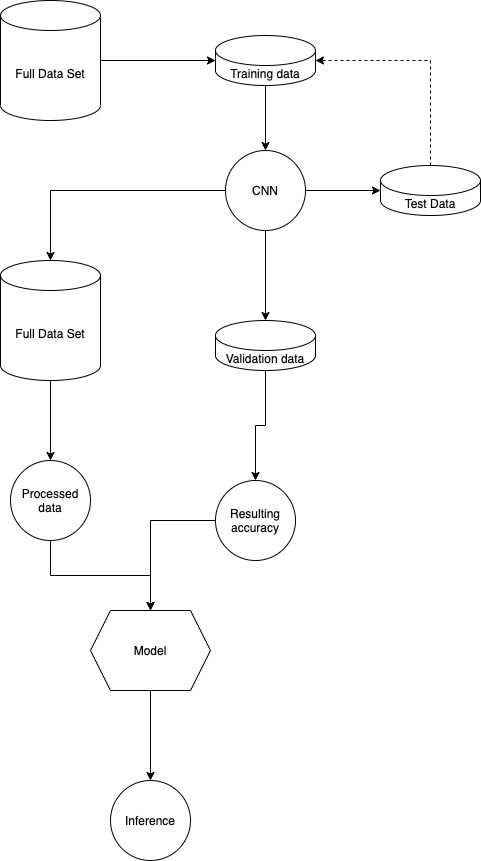
Before: documents/flow.drawio.png, a diagram exported from draw.io (robert-sipho/pefa_nest-cam). Source tidied: cells renumbered, new cells last; positions are measured from the earlier drawing's top-left corner, leaving out a move shared by most shapes. Its diagram source:
```xml
<mxGraphModel>
  <root>
    <mxCell id="0" />
    <mxCell id="1" parent="0" />
    <mxCell id="2" style="edgeStyle=orthogonalEdgeStyle;rounded=0;jettySize=auto;html=1;" parent="1" edge="1" source="3" target="5">
      <mxGeometry relative="1" as="geometry" />
    </mxCell>
    <mxCell id="3" value="Full Data Set" style="shape=cylinder3;whiteSpace=wrap;html=1;boundedLbl=1;backgroundOutline=1;size=15;fillColor=none;" parent="1" vertex="1">
      <mxGeometry width="100" height="120" as="geometry" />
    </mxCell>
    <mxCell id="4" style="edgeStyle=orthogonalEdgeStyle;rounded=0;jettySize=auto;html=1;entryX=0.5;entryY=0;entryDx=0;entryDy=0;" parent="1" edge="1" source="5" target="9">
      <mxGeometry relative="1" as="geometry" />
    </mxCell>
    <mxCell id="5" value="Training data" style="shape=cylinder3;whiteSpace=wrap;html=1;boundedLbl=1;backgroundOutline=1;size=15;fillColor=none;" parent="1" vertex="1">
      <mxGeometry x="215" y="35" width="100" height="50" as="geometry" />
    </mxCell>
    <mxCell id="6" style="edgeStyle=orthogonalEdgeStyle;rounded=0;jettySize=auto;html=1;entryX=0;entryY=0.5;entryDx=0;entryDy=0;entryPerimeter=0;" parent="1" edge="1" source="9" target="11">
      <mxGeometry relative="1" as="geometry" />
    </mxCell>
    <mxCell id="7" style="edgeStyle=orthogonalEdgeStyle;rounded=0;jettySize=auto;html=1;entryX=0.5;entryY=0;entryDx=0;entryDy=0;entryPerimeter=0;" parent="1" edge="1" source="9" target="13">
      <mxGeometry relative="1" as="geometry" />
    </mxCell>
    <mxCell id="8" style="edgeStyle=orthogonalEdgeStyle;rounded=0;jettySize=auto;html=1;entryX=0.5;entryY=0;entryDx=0;entryDy=0;entryPerimeter=0;" parent="1" edge="1" source="9" target="15">
      <mxGeometry relative="1" as="geometry" />
    </mxCell>
    <mxCell id="9" value="CNN" style="ellipse;whiteSpace=wrap;html=1;fillColor=none;" parent="1" vertex="1">
      <mxGeometry x="225" y="150" width="80" height="80" as="geometry" />
    </mxCell>
    <mxCell id="10" style="edgeStyle=orthogonalEdgeStyle;rounded=0;jettySize=auto;html=1;entryX=1;entryY=0.5;entryDx=0;entryDy=0;entryPerimeter=0;dashed=1;" parent="1" edge="1" source="11" target="5">
      <mxGeometry relative="1" as="geometry">
        <Array as="points">
          <mxPoint x="430" y="60" />
        </Array>
      </mxGeometry>
    </mxCell>
    <mxCell id="11" value="Test Data" style="shape=cylinder3;whiteSpace=wrap;html=1;boundedLbl=1;backgroundOutline=1;size=15;fillColor=none;" parent="1" vertex="1">
      <mxGeometry x="380" y="165" width="100" height="50" as="geometry" />
    </mxCell>
    <mxCell id="12" style="edgeStyle=orthogonalEdgeStyle;rounded=0;jettySize=auto;html=1;" parent="1" edge="1" source="13" target="17">
      <mxGeometry relative="1" as="geometry" />
    </mxCell>
    <mxCell id="13" value="Validation data" style="shape=cylinder3;whiteSpace=wrap;html=1;boundedLbl=1;backgroundOutline=1;size=15;fillColor=none;" parent="1" vertex="1">
      <mxGeometry x="215" y="320" width="100" height="50" as="geometry" />
    </mxCell>
    <mxCell id="14" style="edgeStyle=orthogonalEdgeStyle;rounded=0;jettySize=auto;html=1;entryX=0.5;entryY=0;entryDx=0;entryDy=0;" parent="1" edge="1" source="15" target="19">
      <mxGeometry relative="1" as="geometry" />
    </mxCell>
    <mxCell id="15" value="Full Data Set" style="shape=cylinder3;whiteSpace=wrap;html=1;boundedLbl=1;backgroundOutline=1;size=15;fillColor=none;" parent="1" vertex="1">
      <mxGeometry y="260" width="100" height="120" as="geometry" />
    </mxCell>
    <mxCell id="16" style="edgeStyle=orthogonalEdgeStyle;rounded=0;jettySize=auto;html=1;entryX=0.5;entryY=0;entryDx=0;entryDy=0;" parent="1" edge="1" source="17" target="21">
      <mxGeometry relative="1" as="geometry" />
    </mxCell>
    <mxCell id="17" value="Resulting accuracy" style="ellipse;whiteSpace=wrap;html=1;fillColor=none;" parent="1" vertex="1">
      <mxGeometry x="215" y="480" width="80" height="80" as="geometry" />
    </mxCell>
    <mxCell id="18" style="edgeStyle=orthogonalEdgeStyle;rounded=0;jettySize=auto;html=1;entryX=0.5;entryY=0;entryDx=0;entryDy=0;" parent="1" edge="1" source="19" target="21">
      <mxGeometry relative="1" as="geometry" />
    </mxCell>
    <mxCell id="19" value="Processed data" style="ellipse;whiteSpace=wrap;html=1;fillColor=none;" parent="1" vertex="1">
      <mxGeometry x="10" y="460" width="80" height="80" as="geometry" />
    </mxCell>
    <mxCell id="20" style="edgeStyle=orthogonalEdgeStyle;rounded=0;jettySize=auto;html=1;" parent="1" edge="1" source="21" target="22">
      <mxGeometry relative="1" as="geometry" />
    </mxCell>
    <mxCell id="21" value="Model" style="shape=hexagon;perimeter=hexagonPerimeter2;whiteSpace=wrap;html=1;fixedSize=1;fillColor=none;" parent="1" vertex="1">
      <mxGeometry x="90" y="610" width="120" height="80" as="geometry" />
    </mxCell>
    <mxCell id="22" value="Inference" style="ellipse;whiteSpace=wrap;html=1;fillColor=none;" parent="1" vertex="1">
      <mxGeometry x="110" y="780" width="80" height="80" as="geometry" />
    </mxCell>
  </root>
</mxGraphModel>
```
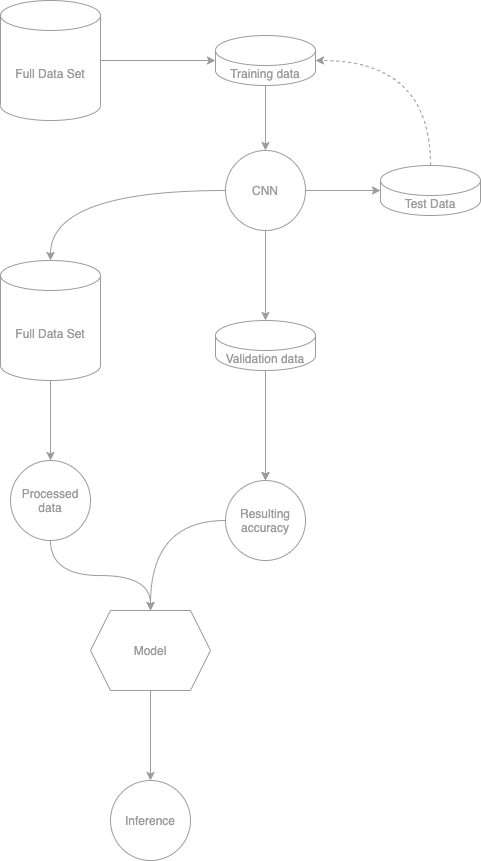
Later version of the same file.

Commit message:
adjusting drawio colors

Diff of the diagram source:
```diff
@@ -2,71 +2,74 @@
   <root>
     <mxCell id="0" />
     <mxCell id="1" parent="0" />
-    <mxCell id="2" style="edgeStyle=orthogonalEdgeStyle;rounded=0;jettySize=auto;html=1;" parent="1" edge="1" source="3" target="5">
+    <mxCell id="2" style="edgeStyle=orthogonalEdgeStyle;rounded=0;jettySize=auto;html=1;strokeColor=#9C9C9C;" parent="1" edge="1" source="3" target="5">
       <mxGeometry relative="1" as="geometry" />
     </mxCell>
-    <mxCell id="3" value="Full Data Set" style="shape=cylinder3;whiteSpace=wrap;html=1;boundedLbl=1;backgroundOutline=1;size=15;fillColor=none;" parent="1" vertex="1">
+    <mxCell id="3" value="Full Data Set" style="shape=cylinder3;whiteSpace=wrap;html=1;boundedLbl=1;backgroundOutline=1;size=15;fillColor=none;strokeColor=#9C9C9C;fontColor=#9C9C9C;" parent="1" vertex="1">
       <mxGeometry width="100" height="120" as="geometry" />
     </mxCell>
-    <mxCell id="4" style="edgeStyle=orthogonalEdgeStyle;rounded=0;jettySize=auto;html=1;entryX=0.5;entryY=0;entryDx=0;entryDy=0;" parent="1" edge="1" source="5" target="9">
+    <mxCell id="4" style="edgeStyle=orthogonalEdgeStyle;rounded=0;jettySize=auto;html=1;entryX=0.5;entryY=0;entryDx=0;entryDy=0;strokeColor=#9C9C9C;" parent="1" edge="1" source="5" target="9">
       <mxGeometry relative="1" as="geometry" />
     </mxCell>
-    <mxCell id="5" value="Training data" style="shape=cylinder3;whiteSpace=wrap;html=1;boundedLbl=1;backgroundOutline=1;size=15;fillColor=none;" parent="1" vertex="1">
+    <mxCell id="5" value="Training data" style="shape=cylinder3;whiteSpace=wrap;html=1;boundedLbl=1;backgroundOutline=1;size=15;fillColor=none;strokeColor=#9C9C9C;fontColor=#9C9C9C;" parent="1" vertex="1">
       <mxGeometry x="215" y="35" width="100" height="50" as="geometry" />
     </mxCell>
-    <mxCell id="6" style="edgeStyle=orthogonalEdgeStyle;rounded=0;jettySize=auto;html=1;entryX=0;entryY=0.5;entryDx=0;entryDy=0;entryPerimeter=0;" parent="1" edge="1" source="9" target="11">
+    <mxCell id="6" style="edgeStyle=orthogonalEdgeStyle;rounded=0;jettySize=auto;html=1;entryX=0;entryY=0.5;entryDx=0;entryDy=0;entryPerimeter=0;strokeColor=#9C9C9C;" parent="1" edge="1" source="9" target="11">
       <mxGeometry relative="1" as="geometry" />
     </mxCell>
-    <mxCell id="7" style="edgeStyle=orthogonalEdgeStyle;rounded=0;jettySize=auto;html=1;entryX=0.5;entryY=0;entryDx=0;entryDy=0;entryPerimeter=0;" parent="1" edge="1" source="9" target="13">
+    <mxCell id="7" style="edgeStyle=orthogonalEdgeStyle;rounded=0;jettySize=auto;html=1;entryX=0.5;entryY=0;entryDx=0;entryDy=0;entryPerimeter=0;strokeColor=#9C9C9C;" parent="1" edge="1" source="9" target="13">
       <mxGeometry relative="1" as="geometry" />
     </mxCell>
-    <mxCell id="8" style="edgeStyle=orthogonalEdgeStyle;rounded=0;jettySize=auto;html=1;entryX=0.5;entryY=0;entryDx=0;entryDy=0;entryPerimeter=0;" parent="1" edge="1" source="9" target="15">
+    <mxCell id="8" style="edgeStyle=orthogonalEdgeStyle;jettySize=auto;html=1;entryX=0.5;entryY=0;entryDx=0;entryDy=0;entryPerimeter=0;curved=1;strokeColor=#9C9C9C;" parent="1" edge="1" source="9" target="15">
       <mxGeometry relative="1" as="geometry" />
     </mxCell>
-    <mxCell id="9" value="CNN" style="ellipse;whiteSpace=wrap;html=1;fillColor=none;" parent="1" vertex="1">
+    <mxCell id="9" value="CNN" style="ellipse;whiteSpace=wrap;html=1;fillColor=none;strokeColor=#9C9C9C;fontColor=#9C9C9C;" parent="1" vertex="1">
       <mxGeometry x="225" y="150" width="80" height="80" as="geometry" />
     </mxCell>
-    <mxCell id="10" style="edgeStyle=orthogonalEdgeStyle;rounded=0;jettySize=auto;html=1;entryX=1;entryY=0.5;entryDx=0;entryDy=0;entryPerimeter=0;dashed=1;" parent="1" edge="1" source="11" target="5">
+    <mxCell id="10" style="edgeStyle=orthogonalEdgeStyle;jettySize=auto;html=1;entryX=1;entryY=0.5;entryDx=0;entryDy=0;entryPerimeter=0;dashed=1;curved=1;strokeColor=#9C9C9C;" parent="1" edge="1" source="11" target="5">
       <mxGeometry relative="1" as="geometry">
         <Array as="points">
           <mxPoint x="430" y="60" />
         </Array>
       </mxGeometry>
     </mxCell>
-    <mxCell id="11" value="Test Data" style="shape=cylinder3;whiteSpace=wrap;html=1;boundedLbl=1;backgroundOutline=1;size=15;fillColor=none;" parent="1" vertex="1">
+    <mxCell id="11" value="Test Data" style="shape=cylinder3;whiteSpace=wrap;html=1;boundedLbl=1;backgroundOutline=1;size=15;fillColor=none;strokeColor=#9C9C9C;fontColor=#9C9C9C;" parent="1" vertex="1">
       <mxGeometry x="380" y="165" width="100" height="50" as="geometry" />
     </mxCell>
-    <mxCell id="12" style="edgeStyle=orthogonalEdgeStyle;rounded=0;jettySize=auto;html=1;" parent="1" edge="1" source="13" target="17">
+    <mxCell id="12" style="edgeStyle=orthogonalEdgeStyle;jettySize=auto;html=1;curved=1;strokeColor=#9C9C9C;" parent="1" edge="1" source="13" target="17">
       <mxGeometry relative="1" as="geometry" />
     </mxCell>
+    <mxCell id="23" style="edgeStyle=orthogonalEdgeStyle;sketch=0;jettySize=auto;html=1;rounded=1;strokeColor=#9C9C9C;" parent="1" edge="1" source="13" target="17">
+      <mxGeometry relative="1" as="geometry" />
+    </mxCell>
-    <mxCell id="13" value="Validation data" style="shape=cylinder3;whiteSpace=wrap;html=1;boundedLbl=1;backgroundOutline=1;size=15;fillColor=none;" parent="1" vertex="1">
+    <mxCell id="13" value="Validation data" style="shape=cylinder3;whiteSpace=wrap;html=1;boundedLbl=1;backgroundOutline=1;size=15;fillColor=none;strokeColor=#9C9C9C;fontColor=#9C9C9C;" parent="1" vertex="1">
       <mxGeometry x="215" y="320" width="100" height="50" as="geometry" />
     </mxCell>
-    <mxCell id="14" style="edgeStyle=orthogonalEdgeStyle;rounded=0;jettySize=auto;html=1;entryX=0.5;entryY=0;entryDx=0;entryDy=0;" parent="1" edge="1" source="15" target="19">
+    <mxCell id="14" style="edgeStyle=orthogonalEdgeStyle;rounded=0;jettySize=auto;html=1;entryX=0.5;entryY=0;entryDx=0;entryDy=0;strokeColor=#9C9C9C;" parent="1" edge="1" source="15" target="19">
       <mxGeometry relative="1" as="geometry" />
     </mxCell>
-    <mxCell id="15" value="Full Data Set" style="shape=cylinder3;whiteSpace=wrap;html=1;boundedLbl=1;backgroundOutline=1;size=15;fillColor=none;" parent="1" vertex="1">
+    <mxCell id="15" value="Full Data Set" style="shape=cylinder3;whiteSpace=wrap;html=1;boundedLbl=1;backgroundOutline=1;size=15;fillColor=none;strokeColor=#9C9C9C;fontColor=#9C9C9C;" parent="1" vertex="1">
       <mxGeometry y="260" width="100" height="120" as="geometry" />
     </mxCell>
-    <mxCell id="16" style="edgeStyle=orthogonalEdgeStyle;rounded=0;jettySize=auto;html=1;entryX=0.5;entryY=0;entryDx=0;entryDy=0;" parent="1" edge="1" source="17" target="21">
+    <mxCell id="16" style="edgeStyle=orthogonalEdgeStyle;jettySize=auto;html=1;entryX=0.5;entryY=0;entryDx=0;entryDy=0;strokeColor=#9C9C9C;curved=1;" parent="1" edge="1" source="17" target="21">
       <mxGeometry relative="1" as="geometry" />
     </mxCell>
-    <mxCell id="17" value="Resulting accuracy" style="ellipse;whiteSpace=wrap;html=1;fillColor=none;" parent="1" vertex="1">
-      <mxGeometry x="215" y="480" width="80" height="80" as="geometry" />
+    <mxCell id="17" value="Resulting accuracy" style="ellipse;whiteSpace=wrap;html=1;fillColor=none;strokeColor=#9C9C9C;fontColor=#9C9C9C;" parent="1" vertex="1">
+      <mxGeometry x="225" y="480" width="80" height="80" as="geometry" />
     </mxCell>
-    <mxCell id="18" style="edgeStyle=orthogonalEdgeStyle;rounded=0;jettySize=auto;html=1;entryX=0.5;entryY=0;entryDx=0;entryDy=0;" parent="1" edge="1" source="19" target="21">
+    <mxCell id="18" style="edgeStyle=orthogonalEdgeStyle;jettySize=auto;html=1;entryX=0.5;entryY=0;entryDx=0;entryDy=0;curved=1;strokeColor=#9C9C9C;" parent="1" edge="1" source="19" target="21">
       <mxGeometry relative="1" as="geometry" />
     </mxCell>
-    <mxCell id="19" value="Processed data" style="ellipse;whiteSpace=wrap;html=1;fillColor=none;" parent="1" vertex="1">
+    <mxCell id="19" value="Processed data" style="ellipse;whiteSpace=wrap;html=1;fillColor=none;strokeColor=#9C9C9C;fontColor=#9C9C9C;" parent="1" vertex="1">
       <mxGeometry x="10" y="460" width="80" height="80" as="geometry" />
     </mxCell>
-    <mxCell id="20" style="edgeStyle=orthogonalEdgeStyle;rounded=0;jettySize=auto;html=1;" parent="1" edge="1" source="21" target="22">
+    <mxCell id="20" style="edgeStyle=orthogonalEdgeStyle;rounded=1;jettySize=auto;html=1;sketch=0;strokeColor=#9C9C9C;" parent="1" edge="1" source="21" target="22">
       <mxGeometry relative="1" as="geometry" />
     </mxCell>
-    <mxCell id="21" value="Model" style="shape=hexagon;perimeter=hexagonPerimeter2;whiteSpace=wrap;html=1;fixedSize=1;fillColor=none;" parent="1" vertex="1">
+    <mxCell id="21" value="Model" style="shape=hexagon;perimeter=hexagonPerimeter2;whiteSpace=wrap;html=1;fixedSize=1;fillColor=none;strokeColor=#9C9C9C;fontColor=#9C9C9C;" parent="1" vertex="1">
       <mxGeometry x="90" y="610" width="120" height="80" as="geometry" />
     </mxCell>
-    <mxCell id="22" value="Inference" style="ellipse;whiteSpace=wrap;html=1;fillColor=none;" parent="1" vertex="1">
+    <mxCell id="22" value="Inference" style="ellipse;whiteSpace=wrap;html=1;fillColor=none;strokeColor=#9C9C9C;fontColor=#9C9C9C;" parent="1" vertex="1">
       <mxGeometry x="110" y="780" width="80" height="80" as="geometry" />
     </mxCell>
   </root>
```
